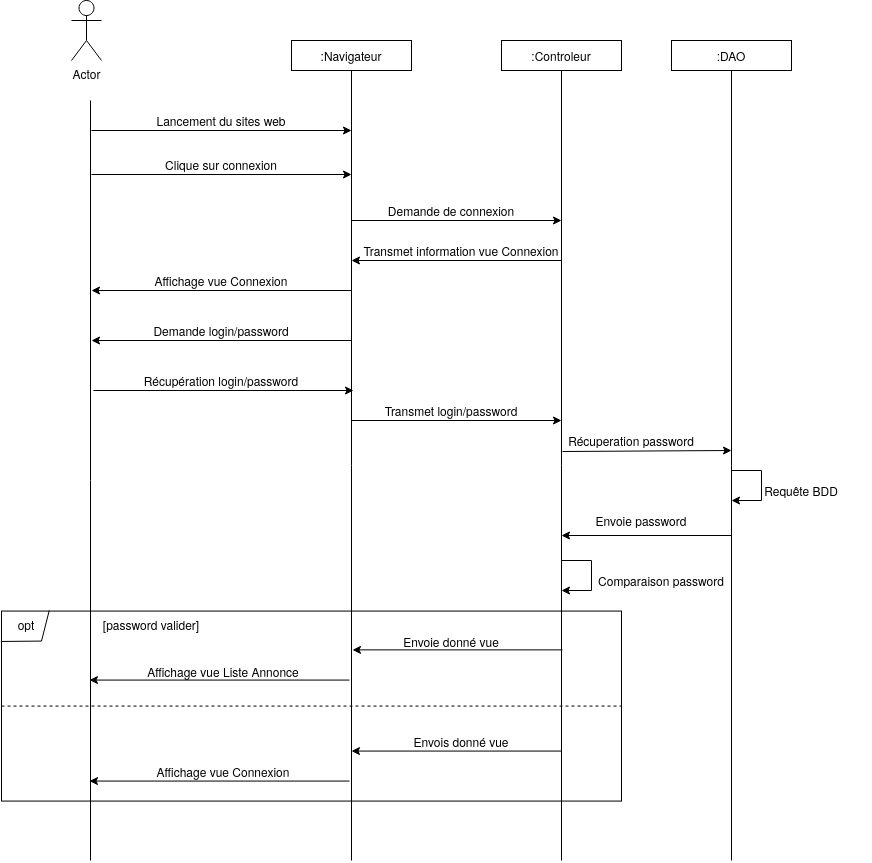
This is Conception/DS_Connexion.png from SkavenWannabe/ArtEntraide, a draw.io export, as it was before one commit. Source tidied: cells renumbered, new cells last; positions are measured from the earlier drawing's top-left corner, leaving out a move shared by most shapes.
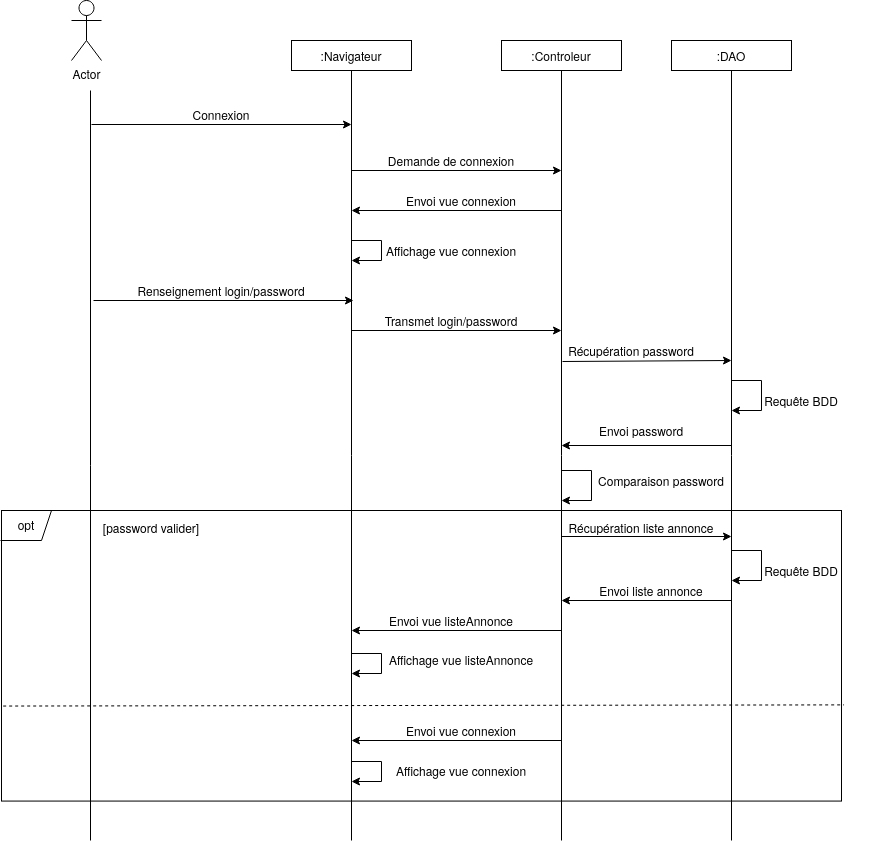
Later version of the same file.

The edit, as a diff of the source:
```diff
@@ -3,39 +3,39 @@
     <mxCell id="0" />
     <mxCell id="1" parent="0" />
     <mxCell id="2" style="rounded=0;whiteSpace=wrap;html=1;" parent="1" vertex="1">
-      <mxGeometry y="610.6" width="620" height="190" as="geometry" />
+      <mxGeometry y="560" width="840" height="290.6" as="geometry" />
     </mxCell>
     <mxCell id="3" value="Actor" style="shape=umlActor;verticalLabelPosition=bottom;verticalAlign=top;html=1;" parent="1" vertex="1">
-      <mxGeometry x="70" width="30" height="60" as="geometry" />
+      <mxGeometry x="70" y="50" width="30" height="60" as="geometry" />
     </mxCell>
     <mxCell id="4" value=":Navigateur" style="rounded=0;whiteSpace=wrap;html=1;" parent="1" vertex="1">
-      <mxGeometry x="290" y="40" width="120" height="30" as="geometry" />
+      <mxGeometry x="290" y="90" width="120" height="30" as="geometry" />
     </mxCell>
     <mxCell id="5" style="endArrow=none;html=1;" parent="1" edge="1">
       <mxGeometry relative="1" as="geometry">
-        <mxPoint x="89" y="860" as="sourcePoint" />
-        <mxPoint x="89" y="100" as="targetPoint" />
+        <mxPoint x="89" y="890" as="sourcePoint" />
+        <mxPoint x="89" y="140" as="targetPoint" />
       </mxGeometry>
     </mxCell>
     <mxCell id="6" style="endArrow=none;html=1;entryX=0.5;entryY=1;entryDx=0;entryDy=0;" parent="1" edge="1" target="4">
       <mxGeometry relative="1" as="geometry">
-        <mxPoint x="350" y="860" as="sourcePoint" />
+        <mxPoint x="350" y="890" as="sourcePoint" />
       </mxGeometry>
     </mxCell>
     <mxCell id="7" value=":Controleur" style="rounded=0;whiteSpace=wrap;html=1;" parent="1" vertex="1">
-      <mxGeometry x="500" y="40" width="120" height="30" as="geometry" />
+      <mxGeometry x="500" y="90" width="120" height="30" as="geometry" />
     </mxCell>
     <mxCell id="8" style="endArrow=none;html=1;entryX=0.5;entryY=1;entryDx=0;entryDy=0;" parent="1" edge="1" target="7">
       <mxGeometry relative="1" as="geometry">
-        <mxPoint x="560" y="860" as="sourcePoint" />
+        <mxPoint x="560" y="890" as="sourcePoint" />
       </mxGeometry>
     </mxCell>
     <mxCell id="9" value=":DAO" style="rounded=0;whiteSpace=wrap;html=1;" parent="1" vertex="1">
-      <mxGeometry x="670" y="40" width="120" height="30" as="geometry" />
+      <mxGeometry x="670" y="90" width="120" height="30" as="geometry" />
     </mxCell>
     <mxCell id="10" style="endArrow=none;html=1;entryX=0.5;entryY=1;entryDx=0;entryDy=0;" parent="1" edge="1" target="9">
       <mxGeometry relative="1" as="geometry">
-        <mxPoint x="730" y="860" as="sourcePoint" />
+        <mxPoint x="730" y="890" as="sourcePoint" />
       </mxGeometry>
     </mxCell>
     <mxCell id="11" style="endArrow=classic;html=1;" parent="1" edge="1">
@@ -53,82 +53,69 @@
     <mxCell id="13" style="endArrow=classic;html=1;entryX=1;entryY=1;entryDx=0;entryDy=0;exitX=0.155;exitY=1.05;exitDx=0;exitDy=0;exitPerimeter=0;" parent="1" edge="1" source="20" target="20">
       <mxGeometry relative="1" as="geometry" />
     </mxCell>
-    <mxCell id="14" value="Clique sur connexion" style="text;html=1;strokeColor=none;fillColor=none;align=center;verticalAlign=middle;whiteSpace=wrap;rounded=0;" parent="1" vertex="1">
+    <mxCell id="14" value="Connexion" style="text;html=1;strokeColor=none;fillColor=none;align=center;verticalAlign=middle;whiteSpace=wrap;rounded=0;" parent="1" vertex="1">
       <mxGeometry x="120" y="154" width="200" height="20" as="geometry" />
     </mxCell>
-    <mxCell id="15" value="Transmet information vue Connexion" style="text;html=1;strokeColor=none;fillColor=none;align=center;verticalAlign=middle;whiteSpace=wrap;rounded=0;" parent="1" vertex="1">
+    <mxCell id="15" value="Envoi vue connexion" style="text;html=1;strokeColor=none;fillColor=none;align=center;verticalAlign=middle;whiteSpace=wrap;rounded=0;" parent="1" vertex="1">
       <mxGeometry x="360" y="240" width="200" height="20" as="geometry" />
     </mxCell>
-    <mxCell id="16" style="endArrow=classic;html=1;" parent="1" edge="1">
-      <mxGeometry relative="1" as="geometry">
-        <mxPoint x="350" y="340" as="sourcePoint" />
-        <mxPoint x="90" y="340" as="targetPoint" />
-      </mxGeometry>
-    </mxCell>
     <mxCell id="17" style="endArrow=classic;html=1;" parent="1" edge="1">
       <mxGeometry relative="1" as="geometry">
-        <mxPoint x="92" y="390" as="sourcePoint" />
-        <mxPoint x="352" y="390" as="targetPoint" />
+        <mxPoint x="92" y="350" as="sourcePoint" />
+        <mxPoint x="352" y="350" as="targetPoint" />
       </mxGeometry>
     </mxCell>
-    <mxCell id="18" value="Demande login/password" style="text;html=1;strokeColor=none;fillColor=none;align=center;verticalAlign=middle;whiteSpace=wrap;rounded=0;" parent="1" vertex="1">
-      <mxGeometry x="120" y="320" width="200" height="20" as="geometry" />
-    </mxCell>
-    <mxCell id="19" value="Récupération login/password" style="text;html=1;strokeColor=none;fillColor=none;align=center;verticalAlign=middle;whiteSpace=wrap;rounded=0;" parent="1" vertex="1">
-      <mxGeometry x="120" y="370" width="200" height="20" as="geometry" />
+    <mxCell id="19" value="Renseignement login/password" style="text;html=1;strokeColor=none;fillColor=none;align=center;verticalAlign=middle;whiteSpace=wrap;rounded=0;" parent="1" vertex="1">
+      <mxGeometry x="120" y="330" width="200" height="20" as="geometry" />
     </mxCell>
-    <mxCell id="20" value="Récuperation password" style="text;html=1;strokeColor=none;fillColor=none;align=center;verticalAlign=middle;whiteSpace=wrap;rounded=0;" parent="1" vertex="1">
-      <mxGeometry x="530" y="430" width="200" height="20" as="geometry" />
+    <mxCell id="20" value="Récupération password" style="text;html=1;strokeColor=none;fillColor=none;align=center;verticalAlign=middle;whiteSpace=wrap;rounded=0;" parent="1" vertex="1">
+      <mxGeometry x="530" y="390" width="200" height="20" as="geometry" />
     </mxCell>
     <mxCell id="21" style="endArrow=none;html=1;startArrow=classic;startFill=1;endFill=0;" parent="1" edge="1">
       <mxGeometry relative="1" as="geometry">
-        <mxPoint x="351" y="649.4" as="sourcePoint" />
-        <mxPoint x="561" y="649.4" as="targetPoint" />
+        <mxPoint x="350" y="680" as="sourcePoint" />
+        <mxPoint x="560" y="680" as="targetPoint" />
       </mxGeometry>
     </mxCell>
-    <mxCell id="22" style="endArrow=none;dashed=1;html=1;exitX=0;exitY=0.5;exitDx=0;exitDy=0;entryX=1;entryY=0.5;entryDx=0;entryDy=0;" parent="1" edge="1" source="2" target="2">
+    <mxCell id="22" style="endArrow=none;dashed=1;html=1;exitX=0.002;exitY=0.673;exitDx=0;exitDy=0;entryX=1.003;entryY=0.669;entryDx=0;entryDy=0;exitPerimeter=0;entryPerimeter=0;" parent="1" edge="1" source="2" target="2">
       <mxGeometry relative="1" as="geometry" />
     </mxCell>
     <mxCell id="23" style="endArrow=none;html=1;startArrow=classic;startFill=1;endFill=0;" parent="1" edge="1">
       <mxGeometry relative="1" as="geometry">
-        <mxPoint x="350" y="750.6" as="sourcePoint" />
-        <mxPoint x="560" y="750.6" as="targetPoint" />
+        <mxPoint x="350" y="790" as="sourcePoint" />
+        <mxPoint x="560" y="790" as="targetPoint" />
       </mxGeometry>
     </mxCell>
-    <mxCell id="24" style="endArrow=none;html=1;exitX=-0.001;exitY=0.16;exitDx=0;exitDy=0;exitPerimeter=0;rounded=0;entryX=0.077;entryY=-0.003;entryDx=0;entryDy=0;entryPerimeter=0;" parent="1" edge="1" source="2" target="2">
+    <mxCell id="24" style="endArrow=none;html=1;rounded=0;" parent="1" edge="1">
       <mxGeometry relative="1" as="geometry">
+        <mxPoint x="-1" y="590" as="sourcePoint" />
+        <mxPoint x="50" y="560" as="targetPoint" />
         <Array as="points">
-          <mxPoint x="40" y="640.6" />
+          <mxPoint x="40" y="590" />
         </Array>
       </mxGeometry>
     </mxCell>
     <mxCell id="25" value="opt" style="text;html=1;strokeColor=none;fillColor=none;align=center;verticalAlign=middle;whiteSpace=wrap;rounded=0;" parent="1" vertex="1">
-      <mxGeometry x="10" y="610.6" width="30" height="27" as="geometry" />
+      <mxGeometry x="10" y="560" width="30" height="27" as="geometry" />
     </mxCell>
     <mxCell id="26" value="[password valider]" style="text;html=1;strokeColor=none;fillColor=none;align=center;verticalAlign=middle;whiteSpace=wrap;rounded=0;" parent="1" vertex="1">
-      <mxGeometry x="90" y="614.1" width="120" height="20" as="geometry" />
+      <mxGeometry x="90" y="567" width="120" height="20" as="geometry" />
     </mxCell>
     <mxCell id="27" style="endArrow=classic;html=1;rounded=0;" parent="1" edge="1">
       <mxGeometry relative="1" as="geometry">
-        <mxPoint x="560" y="560" as="sourcePoint" />
-        <mxPoint x="560" y="590" as="targetPoint" />
+        <mxPoint x="560" y="520" as="sourcePoint" />
+        <mxPoint x="560" y="550" as="targetPoint" />
         <Array as="points">
-          <mxPoint x="590" y="560" />
-          <mxPoint x="590" y="590" />
+          <mxPoint x="590" y="520" />
+          <mxPoint x="590" y="550" />
         </Array>
       </mxGeometry>
     </mxCell>
     <mxCell id="28" value="Comparaison password" style="text;html=1;strokeColor=none;fillColor=none;align=center;verticalAlign=middle;whiteSpace=wrap;rounded=0;" parent="1" vertex="1">
-      <mxGeometry x="560" y="570" width="200" height="20" as="geometry" />
+      <mxGeometry x="560" y="520" width="200" height="20" as="geometry" />
     </mxCell>
-    <mxCell id="29" style="endArrow=classic;html=1;" parent="1" edge="1">
-      <mxGeometry relative="1" as="geometry">
-        <mxPoint x="350" y="290" as="sourcePoint" />
-        <mxPoint x="90" y="290" as="targetPoint" />
-      </mxGeometry>
-    </mxCell>
-    <mxCell id="30" value="Affichage vue Connexion" style="text;html=1;strokeColor=none;fillColor=none;align=center;verticalAlign=middle;whiteSpace=wrap;rounded=0;" parent="1" vertex="1">
-      <mxGeometry x="120" y="270" width="200" height="20" as="geometry" />
+    <mxCell id="30" value="Affichage vue connexion" style="text;html=1;strokeColor=none;fillColor=none;align=center;verticalAlign=middle;whiteSpace=wrap;rounded=0;" parent="1" vertex="1">
+      <mxGeometry x="350" y="290" width="200" height="20" as="geometry" />
     </mxCell>
     <mxCell id="31" style="endArrow=classic;html=1;startArrow=none;startFill=0;endFill=1;" parent="1" edge="1">
       <mxGeometry relative="1" as="geometry">
@@ -139,72 +126,115 @@
     <mxCell id="32" value="Demande de connexion" style="text;html=1;strokeColor=none;fillColor=none;align=center;verticalAlign=middle;whiteSpace=wrap;rounded=0;" parent="1" vertex="1">
       <mxGeometry x="350" y="200" width="200" height="20" as="geometry" />
     </mxCell>
-    <mxCell id="33" style="endArrow=classic;html=1;" parent="1" edge="1">
-      <mxGeometry relative="1" as="geometry">
-        <mxPoint x="90" y="130" as="sourcePoint" />
-        <mxPoint x="350" y="130" as="targetPoint" />
-      </mxGeometry>
-    </mxCell>
-    <mxCell id="34" value="Lancement du sites web" style="text;html=1;strokeColor=none;fillColor=none;align=center;verticalAlign=middle;whiteSpace=wrap;rounded=0;" parent="1" vertex="1">
-      <mxGeometry x="120" y="110" width="200" height="20" as="geometry" />
-    </mxCell>
-    <mxCell id="35" value="Affichage vue Connexion" style="text;html=1;strokeColor=none;fillColor=none;align=center;verticalAlign=middle;whiteSpace=wrap;rounded=0;" parent="1" vertex="1">
-      <mxGeometry x="122" y="760.6" width="200" height="20" as="geometry" />
-    </mxCell>
-    <mxCell id="36" style="endArrow=classic;html=1;" parent="1" edge="1">
-      <mxGeometry relative="1" as="geometry">
-        <mxPoint x="348" y="679.6" as="sourcePoint" />
-        <mxPoint x="88" y="679.6" as="targetPoint" />
-      </mxGeometry>
-    </mxCell>
-    <mxCell id="37" style="endArrow=classic;html=1;" parent="1" edge="1">
-      <mxGeometry relative="1" as="geometry">
-        <mxPoint x="348" y="780.6" as="sourcePoint" />
-        <mxPoint x="88" y="780.6" as="targetPoint" />
-      </mxGeometry>
-    </mxCell>
-    <mxCell id="38" value="Affichage vue Liste Annonce" style="text;html=1;strokeColor=none;fillColor=none;align=center;verticalAlign=middle;whiteSpace=wrap;rounded=0;" parent="1" vertex="1">
-      <mxGeometry x="122" y="660.6" width="200" height="20" as="geometry" />
-    </mxCell>
-    <mxCell id="39" value="Envoie donné vue" style="text;html=1;strokeColor=none;fillColor=none;align=center;verticalAlign=middle;whiteSpace=wrap;rounded=0;" parent="1" vertex="1">
-      <mxGeometry x="350" y="630.6" width="200" height="20" as="geometry" />
+    <mxCell id="39" value="Envoi vue listeAnnonce" style="text;html=1;strokeColor=none;fillColor=none;align=center;verticalAlign=middle;whiteSpace=wrap;rounded=0;" parent="1" vertex="1">
+      <mxGeometry x="350" y="660" width="200" height="20" as="geometry" />
     </mxCell>
     <mxCell id="40" style="edgeStyle=orthogonalEdgeStyle;rounded=0;orthogonalLoop=1;jettySize=auto;html=1;exitX=0.5;exitY=1;exitDx=0;exitDy=0;startArrow=classic;startFill=1;endArrow=none;endFill=0;" parent="1" edge="1" source="39" target="39">
       <mxGeometry relative="1" as="geometry" />
     </mxCell>
-    <mxCell id="41" value="Envois donné vue" style="text;html=1;strokeColor=none;fillColor=none;align=center;verticalAlign=middle;whiteSpace=wrap;rounded=0;" parent="1" vertex="1">
-      <mxGeometry x="360" y="730.6" width="200" height="20" as="geometry" />
+    <mxCell id="41" value="Envoi vue connexion" style="text;html=1;strokeColor=none;fillColor=none;align=center;verticalAlign=middle;whiteSpace=wrap;rounded=0;" parent="1" vertex="1">
+      <mxGeometry x="360" y="770" width="200" height="20" as="geometry" />
     </mxCell>
     <mxCell id="42" style="endArrow=classic;html=1;startArrow=none;startFill=0;endFill=1;" parent="1" edge="1">
       <mxGeometry relative="1" as="geometry">
-        <mxPoint x="350" y="420" as="sourcePoint" />
-        <mxPoint x="560" y="420" as="targetPoint" />
+        <mxPoint x="350" y="380" as="sourcePoint" />
+        <mxPoint x="560" y="380" as="targetPoint" />
       </mxGeometry>
     </mxCell>
     <mxCell id="43" value="Transmet login/password" style="text;html=1;strokeColor=none;fillColor=none;align=center;verticalAlign=middle;whiteSpace=wrap;rounded=0;" parent="1" vertex="1">
-      <mxGeometry x="350" y="400" width="200" height="20" as="geometry" />
+      <mxGeometry x="350" y="360" width="200" height="20" as="geometry" />
     </mxCell>
     <mxCell id="44" style="endArrow=classic;html=1;rounded=0;" parent="1" edge="1">
       <mxGeometry relative="1" as="geometry">
-        <mxPoint x="730" y="470" as="sourcePoint" />
-        <mxPoint x="730" y="500" as="targetPoint" />
+        <mxPoint x="730" y="430" as="sourcePoint" />
+        <mxPoint x="730" y="460" as="targetPoint" />
         <Array as="points">
-          <mxPoint x="760" y="470" />
-          <mxPoint x="760" y="500" />
+          <mxPoint x="760" y="430" />
+          <mxPoint x="760" y="460" />
         </Array>
       </mxGeometry>
     </mxCell>
     <mxCell id="45" value="Requête BDD" style="text;html=1;strokeColor=none;fillColor=none;align=center;verticalAlign=middle;whiteSpace=wrap;rounded=0;" parent="1" vertex="1">
-      <mxGeometry x="730" y="480" width="140" height="20" as="geometry" />
+      <mxGeometry x="730" y="440" width="140" height="20" as="geometry" />
     </mxCell>
-    <mxCell id="46" value="Envoie password" style="text;html=1;strokeColor=none;fillColor=none;align=center;verticalAlign=middle;whiteSpace=wrap;rounded=0;" parent="1" vertex="1">
-      <mxGeometry x="540" y="510" width="200" height="20" as="geometry" />
+    <mxCell id="46" value="Envoi password" style="text;html=1;strokeColor=none;fillColor=none;align=center;verticalAlign=middle;whiteSpace=wrap;rounded=0;" parent="1" vertex="1">
+      <mxGeometry x="540" y="470" width="200" height="20" as="geometry" />
     </mxCell>
     <mxCell id="47" style="endArrow=classic;html=1;" parent="1" edge="1">
       <mxGeometry relative="1" as="geometry">
-        <mxPoint x="730" y="535" as="sourcePoint" />
-        <mxPoint x="560" y="535" as="targetPoint" />
+        <mxPoint x="730" y="495" as="sourcePoint" />
+        <mxPoint x="560" y="495" as="targetPoint" />
       </mxGeometry>
     </mxCell>
+    <mxCell id="48" value="Récupération liste annonce" style="text;html=1;strokeColor=none;fillColor=none;align=center;verticalAlign=middle;whiteSpace=wrap;rounded=0;" parent="1" vertex="1">
+      <mxGeometry x="540" y="567" width="200" height="20" as="geometry" />
+    </mxCell>
+    <mxCell id="49" style="endArrow=none;html=1;startArrow=classic;startFill=1;endFill=0;" parent="1" edge="1">
+      <mxGeometry relative="1" as="geometry">
+        <mxPoint x="730" y="586" as="sourcePoint" />
+        <mxPoint x="560" y="586" as="targetPoint" />
+      </mxGeometry>
+    </mxCell>
+    <mxCell id="50" style="endArrow=classic;html=1;" parent="1" edge="1">
+      <mxGeometry relative="1" as="geometry">
+        <mxPoint x="730" y="650" as="sourcePoint" />
+        <mxPoint x="560" y="650" as="targetPoint" />
+      </mxGeometry>
+    </mxCell>
+    <mxCell id="51" style="endArrow=classic;html=1;rounded=0;" parent="1" edge="1">
+      <mxGeometry relative="1" as="geometry">
+        <mxPoint x="730" y="600" as="sourcePoint" />
+        <mxPoint x="730" y="630" as="targetPoint" />
+        <Array as="points">
+          <mxPoint x="760" y="600" />
+          <mxPoint x="760" y="630" />
+        </Array>
+      </mxGeometry>
+    </mxCell>
+    <mxCell id="52" value="Requête BDD" style="text;html=1;strokeColor=none;fillColor=none;align=center;verticalAlign=middle;whiteSpace=wrap;rounded=0;" parent="1" vertex="1">
+      <mxGeometry x="730" y="610" width="140" height="20" as="geometry" />
+    </mxCell>
+    <mxCell id="53" value="Envoi liste annonce" style="text;html=1;strokeColor=none;fillColor=none;align=center;verticalAlign=middle;whiteSpace=wrap;rounded=0;" parent="1" vertex="1">
+      <mxGeometry x="550" y="630" width="200" height="20" as="geometry" />
+    </mxCell>
+    <mxCell id="54" style="endArrow=classic;html=1;rounded=0;" parent="1" edge="1">
+      <mxGeometry relative="1" as="geometry">
+        <mxPoint x="350" y="290" as="sourcePoint" />
+        <mxPoint x="350" y="310" as="targetPoint" />
+        <Array as="points">
+          <mxPoint x="380" y="290" />
+          <mxPoint x="380" y="310" />
+        </Array>
+      </mxGeometry>
+    </mxCell>
+    <mxCell id="55" style="edgeStyle=orthogonalEdgeStyle;rounded=0;orthogonalLoop=1;jettySize=auto;html=1;exitX=0.5;exitY=1;exitDx=0;exitDy=0;startArrow=classic;startFill=1;endArrow=none;endFill=0;" parent="1" edge="1" source="30" target="30">
+      <mxGeometry relative="1" as="geometry" />
+    </mxCell>
+    <mxCell id="56" value="Affichage vue listeAnnonce" style="text;html=1;strokeColor=none;fillColor=none;align=center;verticalAlign=middle;whiteSpace=wrap;rounded=0;" parent="1" vertex="1">
+      <mxGeometry x="360" y="699" width="200" height="20" as="geometry" />
+    </mxCell>
+    <mxCell id="57" style="endArrow=classic;html=1;rounded=0;" parent="1" edge="1">
+      <mxGeometry relative="1" as="geometry">
+        <mxPoint x="350" y="703" as="sourcePoint" />
+        <mxPoint x="350" y="723" as="targetPoint" />
+        <Array as="points">
+          <mxPoint x="380" y="703" />
+          <mxPoint x="380" y="723" />
+        </Array>
+      </mxGeometry>
+    </mxCell>
+    <mxCell id="58" value="Affichage vue connexion" style="text;html=1;strokeColor=none;fillColor=none;align=center;verticalAlign=middle;whiteSpace=wrap;rounded=0;" parent="1" vertex="1">
+      <mxGeometry x="360" y="810" width="200" height="20" as="geometry" />
+    </mxCell>
+    <mxCell id="59" style="endArrow=classic;html=1;rounded=0;" parent="1" edge="1">
+      <mxGeometry relative="1" as="geometry">
+        <mxPoint x="350" y="811" as="sourcePoint" />
+        <mxPoint x="350" y="831" as="targetPoint" />
+        <Array as="points">
+          <mxPoint x="380" y="811" />
+          <mxPoint x="380" y="831" />
+        </Array>
+      </mxGeometry>
+    </mxCell>
   </root>
 </mxGraphModel>
```
